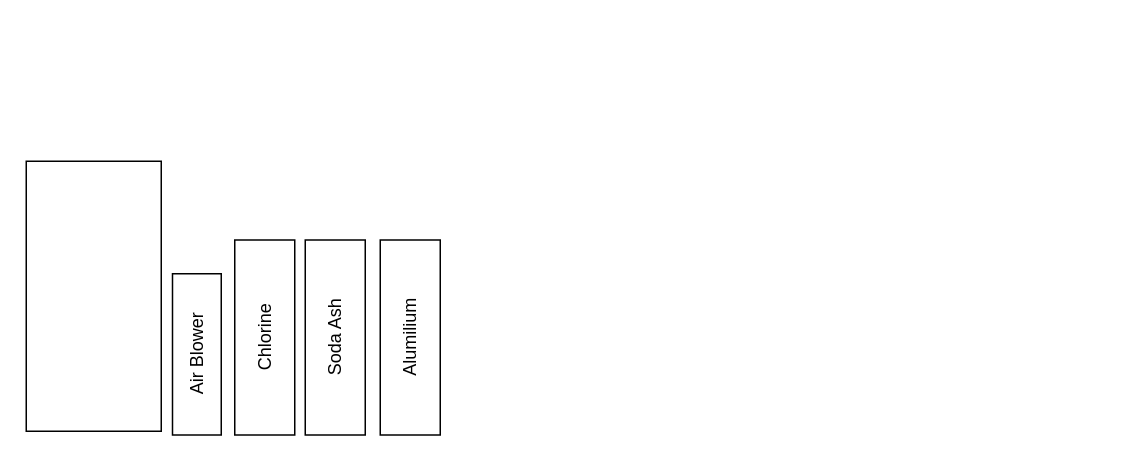
The draw.io diagram water treatment.drawio in absheriff/charts, before the edit. Source tidied: cells renumbered, new cells numbered last; positions are measured from the earlier drawing's top-left corner, leaving out a move shared by most shapes. Both pictures are drawn from the tidied source at 150%, with x=0, y=0 at pixel (26, 160).
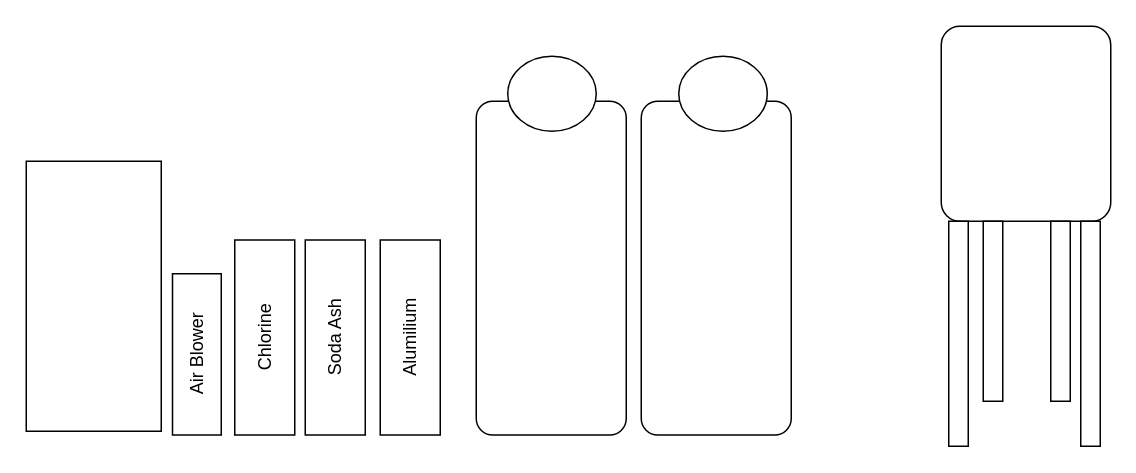
After the change.

Change to the diagram source:
```diff
@@
 <mxGraphModel>
   <root>
     <mxCell id="0" />
     <mxCell id="1" parent="0" />
     <mxCell id="2" style="rounded=0;whiteSpace=wrap;html=1;" parent="1" vertex="1">
       <mxGeometry width="90" height="180" as="geometry" />
     </mxCell>
     <mxCell id="3" value="Air Blower" style="rounded=0;whiteSpace=wrap;html=1;flipV=1;flipH=1;rotation=-90;" parent="1" vertex="1">
       <mxGeometry x="60" y="112.5" width="107.5" height="32.5" as="geometry" />
     </mxCell>
     <mxCell id="4" value="Chlorine" style="rounded=0;whiteSpace=wrap;html=1;flipV=1;flipH=1;rotation=-90;" parent="1" vertex="1">
       <mxGeometry x="94" y="97.5" width="130" height="40" as="geometry" />
     </mxCell>
     <mxCell id="5" value="Soda Ash" style="rounded=0;whiteSpace=wrap;html=1;flipV=1;flipH=1;rotation=-90;" parent="1" vertex="1">
       <mxGeometry x="141" y="97.5" width="130" height="40" as="geometry" />
     </mxCell>
     <mxCell id="6" value="Alumilium" style="rounded=0;whiteSpace=wrap;html=1;flipV=1;flipH=1;rotation=-90;" parent="1" vertex="1">
       <mxGeometry x="191" y="97.5" width="130" height="40" as="geometry" />
     </mxCell>
+    <mxCell id="7" style="rounded=1;whiteSpace=wrap;html=1;arcSize=11;" parent="1" vertex="1">
+      <mxGeometry x="610" y="-90" width="113" height="130" as="geometry" />
+    </mxCell>
+    <mxCell id="8" style="rounded=0;whiteSpace=wrap;html=1;" parent="1" vertex="1">
+      <mxGeometry x="615" y="40" width="13" height="150" as="geometry" />
+    </mxCell>
+    <mxCell id="9" style="rounded=0;whiteSpace=wrap;html=1;" parent="1" vertex="1">
+      <mxGeometry x="703" y="40" width="13" height="150" as="geometry" />
+    </mxCell>
+    <mxCell id="10" style="rounded=0;whiteSpace=wrap;html=1;" parent="1" vertex="1">
+      <mxGeometry x="683" y="40" width="13" height="120" as="geometry" />
+    </mxCell>
+    <mxCell id="11" style="rounded=0;whiteSpace=wrap;html=1;" parent="1" vertex="1">
+      <mxGeometry x="638" y="40" width="13" height="120" as="geometry" />
+    </mxCell>
+    <mxCell id="12" style="rounded=1;whiteSpace=wrap;html=1;arcSize=11;" parent="1" vertex="1">
+      <mxGeometry x="300" y="-40" width="100" height="222.5" as="geometry" />
+    </mxCell>
+    <mxCell id="13" style="rounded=1;whiteSpace=wrap;html=1;arcSize=11;" parent="1" vertex="1">
+      <mxGeometry x="410" y="-40" width="100" height="222.5" as="geometry" />
+    </mxCell>
+    <mxCell id="14" style="ellipse;whiteSpace=wrap;html=1;" parent="1" vertex="1">
+      <mxGeometry x="321" y="-70" width="59" height="50" as="geometry" />
+    </mxCell>
+    <mxCell id="15" style="ellipse;whiteSpace=wrap;html=1;" parent="1" vertex="1">
+      <mxGeometry x="435" y="-70" width="59" height="50" as="geometry" />
+    </mxCell>
   </root>
 </mxGraphModel>
```
